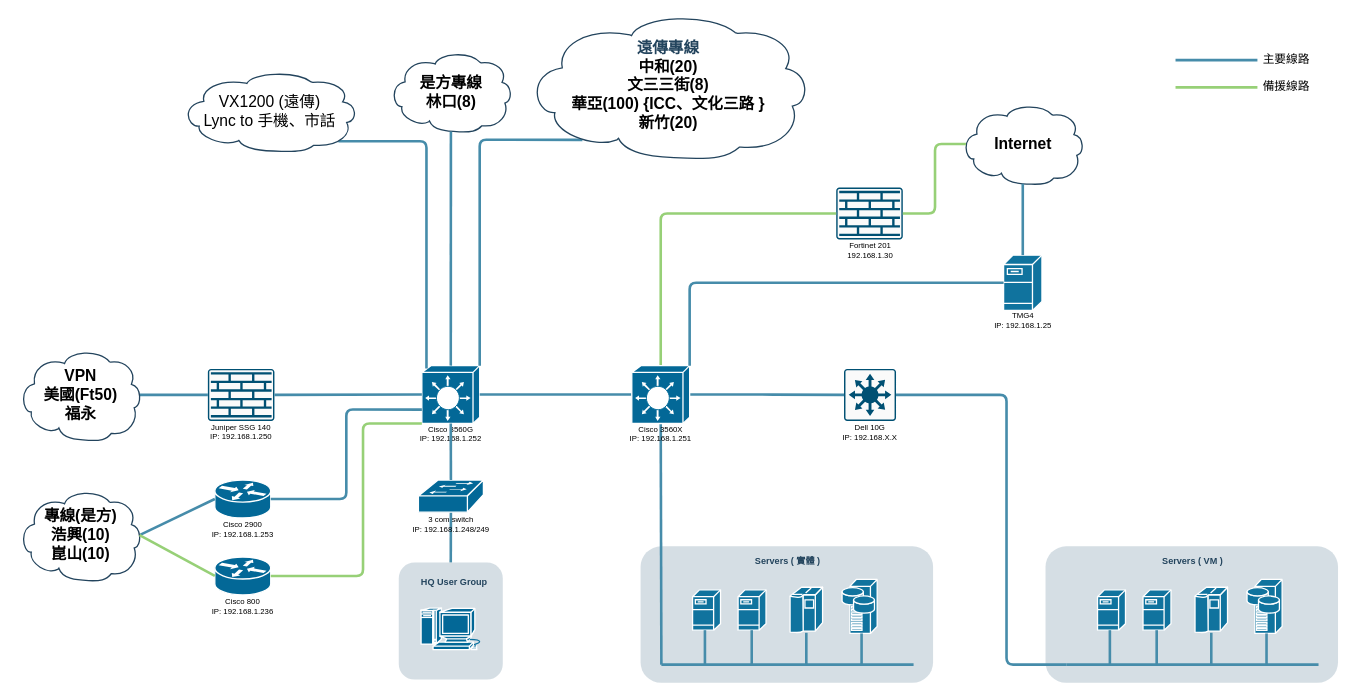
Before: HQ.drawio in KevinKuo2519/AI-Prpgram, a draw.io diagram. Source tidied: cells renumbered, new cells numbered last; positions are measured from the earlier drawing's top-left corner, leaving out a move shared by most shapes. Both pictures are drawn from the tidied source at 65%, with x=0, y=0 at pixel (18, 12).
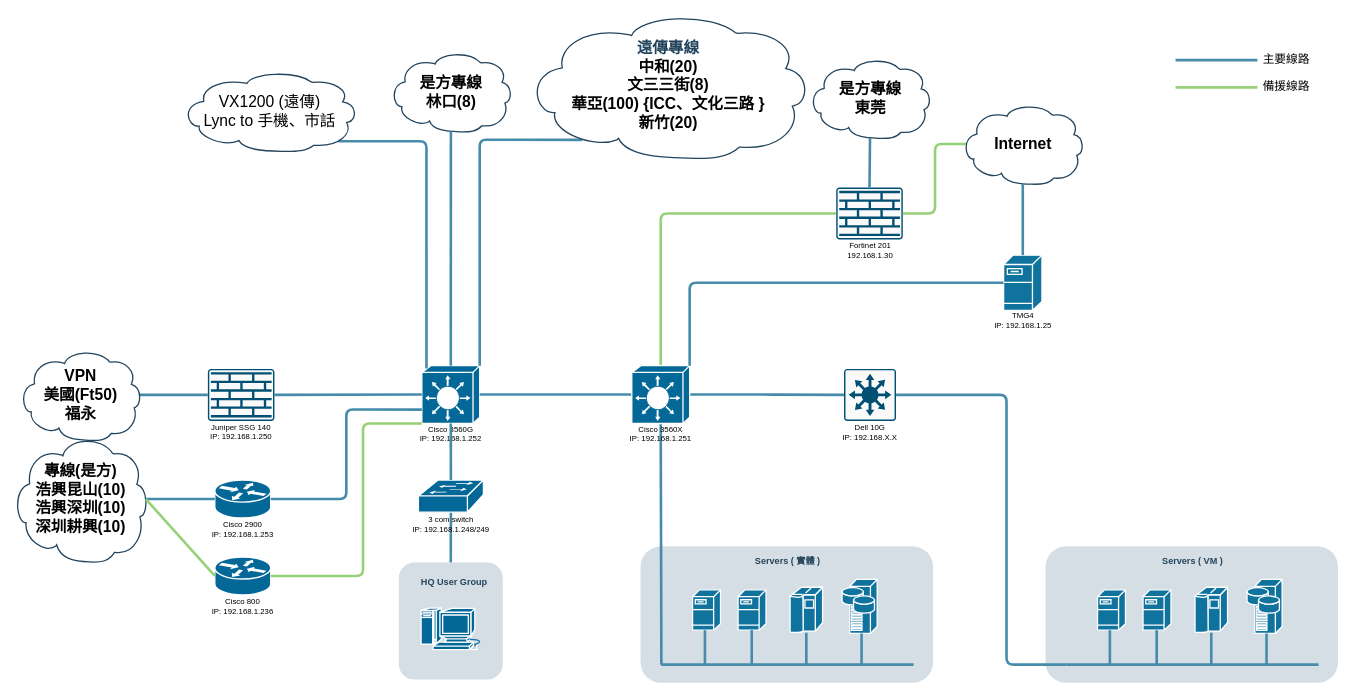
The same page after the edit.

The change refers to these unchanged cells:
```xml
<mxCell id="34" style="sketch=0;points=[[0.015,0.015,0],[0.985,0.015,0],[0.985,0.985,0],[0.015,0.985,0],[0.25,0,0],[0.5,0,0],[0.75,0,0],[1,0.25,0],[1,0.5,0],[1,0.75,0],[0.75,1,0],[0.5,1,0],[0.25,1,0],[0,0.75,0],[0,0.5,0],[0,0.25,0]];verticalLabelPosition=bottom;html=1;verticalAlign=top;align=center;shape=mxgraph.cisco19.rect;prIcon=firewall;fillColor=#FAFAFA;strokeColor=#005073;" parent="33" vertex="1">
  <mxGeometry x="0.5" width="102.4" height="80" as="geometry" />
</mxCell>
```

Change to the diagram source:
```diff
@@
-    <mxCell id="73" value="&lt;p style=&quot;margin-top: 0pt; margin-bottom: 0pt; margin-left: 0in; direction: ltr; unicode-bidi: embed; word-break: normal; font-size: 23px;&quot;&gt;&lt;/p&gt;&lt;p style=&quot;margin-top: 0pt; margin-bottom: 0pt; margin-left: 0in; direction: ltr; unicode-bidi: embed; word-break: normal;&quot;&gt;&lt;font color=&quot;#000000&quot;&gt;專線&lt;span style=&quot;font-size: 18pt; font-family: 微軟正黑體;&quot;&gt;(&lt;/span&gt;&lt;span style=&quot;font-size: 18pt; font-family: 微軟正黑體;&quot;&gt;是方&lt;/span&gt;&lt;span style=&quot;font-size: 18pt; font-family: 微軟正黑體;&quot;&gt;)&lt;/span&gt;&lt;/font&gt;&lt;/p&gt;&lt;p style=&quot;margin-top: 0pt; margin-bottom: 0pt; margin-left: 0in; direction: ltr; unicode-bidi: embed; word-break: normal;&quot;&gt;&lt;font color=&quot;#000000&quot;&gt;&lt;span style=&quot;font-size: 18pt; font-family: 微軟正黑體;&quot;&gt;浩興&lt;/span&gt;&lt;span style=&quot;font-size: 18pt; font-family: 微軟正黑體;&quot;&gt;(10)&lt;/span&gt;&lt;/font&gt;&lt;/p&gt;&lt;p style=&quot;margin-top: 0pt; margin-bottom: 0pt; margin-left: 0in; direction: ltr; unicode-bidi: embed; word-break: normal;&quot;&gt;&lt;span style=&quot;color: rgb(0, 0, 0); background-color: initial; font-size: 18pt; font-family: 微軟正黑體;&quot;&gt;崑山&lt;/span&gt;&lt;span style=&quot;color: rgb(0, 0, 0); background-color: initial; font-size: 18pt; font-family: 微軟正黑體;&quot;&gt;(10)&lt;/span&gt;&lt;br&gt;&lt;/p&gt;" style="shape=mxgraph.cisco.storage.cloud;html=1;dashed=0;strokeColor=#23445D;fillColor=#ffffff;strokeWidth=2;fontFamily=Helvetica;fontSize=24;fontColor=#23445D;align=center;fontStyle=1;" parent="1" vertex="1">
-      <mxGeometry y="734" width="190" height="141.5" as="geometry" />
+    <mxCell id="73" value="&lt;p style=&quot;margin-top: 0pt; margin-bottom: 0pt; margin-left: 0in; direction: ltr; unicode-bidi: embed; word-break: normal; font-size: 23px;&quot;&gt;&lt;/p&gt;&lt;p style=&quot;margin-top: 0pt; margin-bottom: 0pt; margin-left: 0in; direction: ltr; unicode-bidi: embed; word-break: normal;&quot;&gt;&lt;font color=&quot;#000000&quot;&gt;專線&lt;span style=&quot;font-size: 18pt; font-family: 微軟正黑體;&quot;&gt;(&lt;/span&gt;&lt;span style=&quot;font-size: 18pt; font-family: 微軟正黑體;&quot;&gt;是方&lt;/span&gt;&lt;span style=&quot;font-size: 18pt; font-family: 微軟正黑體;&quot;&gt;)&lt;/span&gt;&lt;/font&gt;&lt;/p&gt;&lt;p style=&quot;margin-top: 0pt; margin-bottom: 0pt; margin-left: 0in; direction: ltr; unicode-bidi: embed; word-break: normal;&quot;&gt;&lt;font color=&quot;#000000&quot;&gt;&lt;span style=&quot;font-size: 18pt; font-family: 微軟正黑體;&quot;&gt;浩興昆山&lt;/span&gt;&lt;/font&gt;&lt;span style=&quot;font-family: 微軟正黑體; font-size: 18pt; color: rgb(0, 0, 0); background-color: initial;&quot;&gt;(10)&lt;/span&gt;&lt;/p&gt;&lt;p style=&quot;margin-top: 0pt; margin-bottom: 0pt; margin-left: 0in; direction: ltr; unicode-bidi: embed; word-break: normal;&quot;&gt;&lt;span style=&quot;font-family: 微軟正黑體; font-size: 18pt; color: rgb(0, 0, 0); background-color: initial;&quot;&gt;浩興深圳(10)&lt;/span&gt;&lt;/p&gt;&lt;p style=&quot;margin-top: 0pt; margin-bottom: 0pt; margin-left: 0in; direction: ltr; unicode-bidi: embed; word-break: normal;&quot;&gt;&lt;span style=&quot;color: rgb(0, 0, 0); background-color: initial; font-size: 18pt; font-family: 微軟正黑體;&quot;&gt;深圳耕興(10)&lt;/span&gt;&lt;br&gt;&lt;/p&gt;" style="shape=mxgraph.cisco.storage.cloud;html=1;dashed=0;strokeColor=#23445D;fillColor=#ffffff;strokeWidth=2;fontFamily=Helvetica;fontSize=24;fontColor=#23445D;align=center;fontStyle=1;" parent="1" vertex="1">
+      <mxGeometry x="-10" y="651.5" width="210" height="195.5" as="geometry" />
     </mxCell>
@@
+    <mxCell id="89" value="&lt;p style=&quot;margin-top: 0pt; margin-bottom: 0pt; margin-left: 0in; direction: ltr; unicode-bidi: embed; word-break: normal; font-size: 23px;&quot;&gt;&lt;/p&gt;&lt;p style=&quot;margin-top: 0pt; margin-bottom: 0pt; margin-left: 0in; direction: ltr; unicode-bidi: embed; word-break: normal;&quot;&gt;&lt;font color=&quot;#000000&quot;&gt;是方專線&lt;/font&gt;&lt;/p&gt;&lt;p style=&quot;margin-top: 0pt; margin-bottom: 0pt; margin-left: 0in; direction: ltr; unicode-bidi: embed; word-break: normal;&quot;&gt;&lt;font color=&quot;#000000&quot;&gt;東莞&lt;/font&gt;&lt;/p&gt;" style="shape=mxgraph.cisco.storage.cloud;html=1;dashed=0;strokeColor=#23445D;fillColor=#ffffff;strokeWidth=2;fontFamily=Helvetica;fontSize=24;fontColor=#23445D;align=center;fontStyle=1;" parent="1" vertex="1">
+      <mxGeometry x="1215" y="70" width="190" height="125" as="geometry" />
+    </mxCell>
+    <mxCell id="90" style="rounded=1;jettySize=auto;html=1;exitX=0.5;exitY=0;exitDx=0;exitDy=0;exitPerimeter=0;entryX=0.5;entryY=0.99;entryDx=0;entryDy=0;entryPerimeter=0;endArrow=none;endFill=0;strokeColor=#468CAA;strokeWidth=4;" parent="1" edge="1" source="34" target="89">
+      <mxGeometry relative="1" as="geometry" />
+    </mxCell>
```
